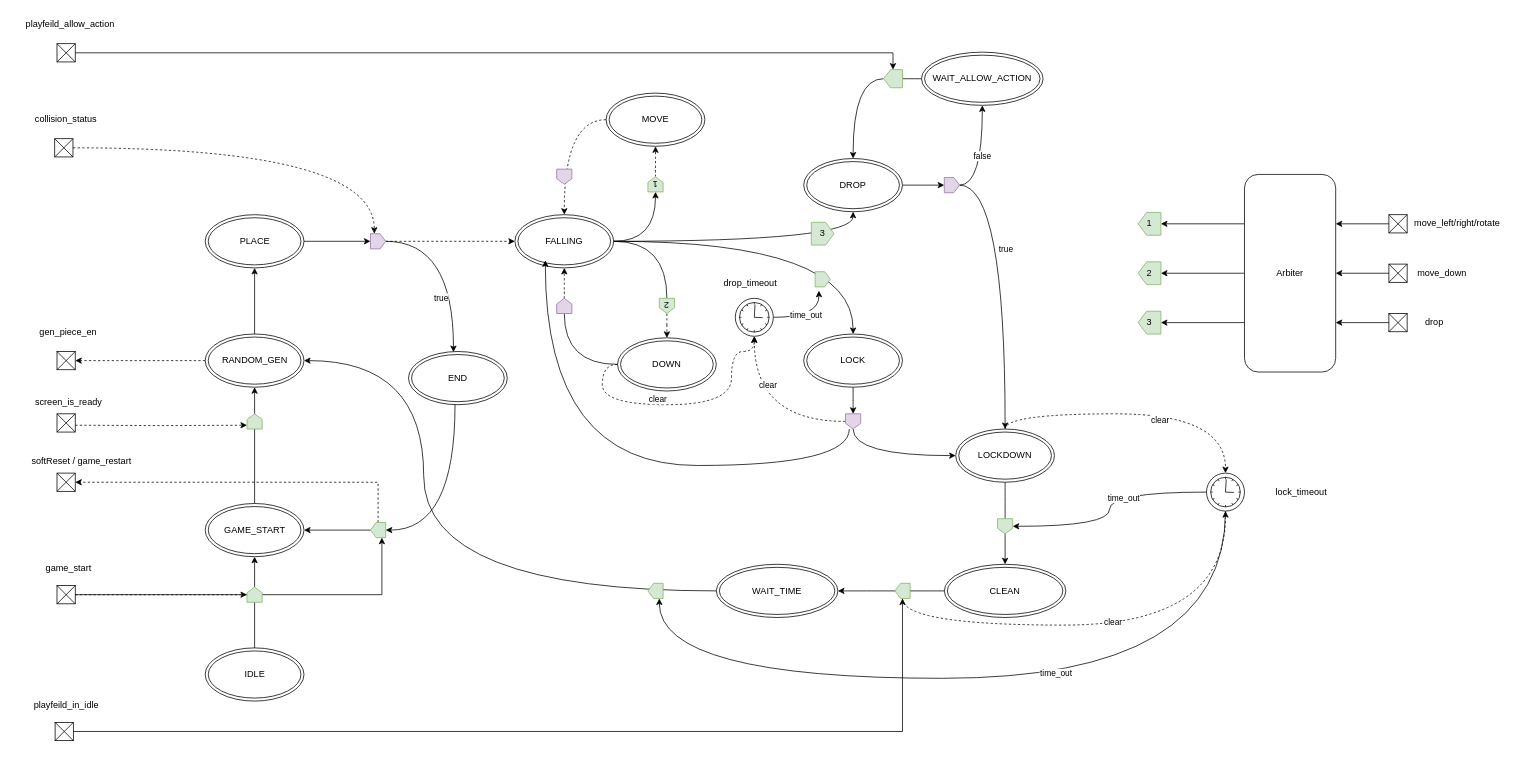
Before: design/IPS/controller/doc/architecture.drawio in merlionfire/SpinalTetris, a draw.io diagram. Source tidied: cells renumbered, new cells numbered last; positions are measured from the earlier drawing's top-left corner, leaving out a move shared by most shapes. Both pictures are drawn from the tidied source at 76%, with x=0, y=0 at pixel (13, 13).
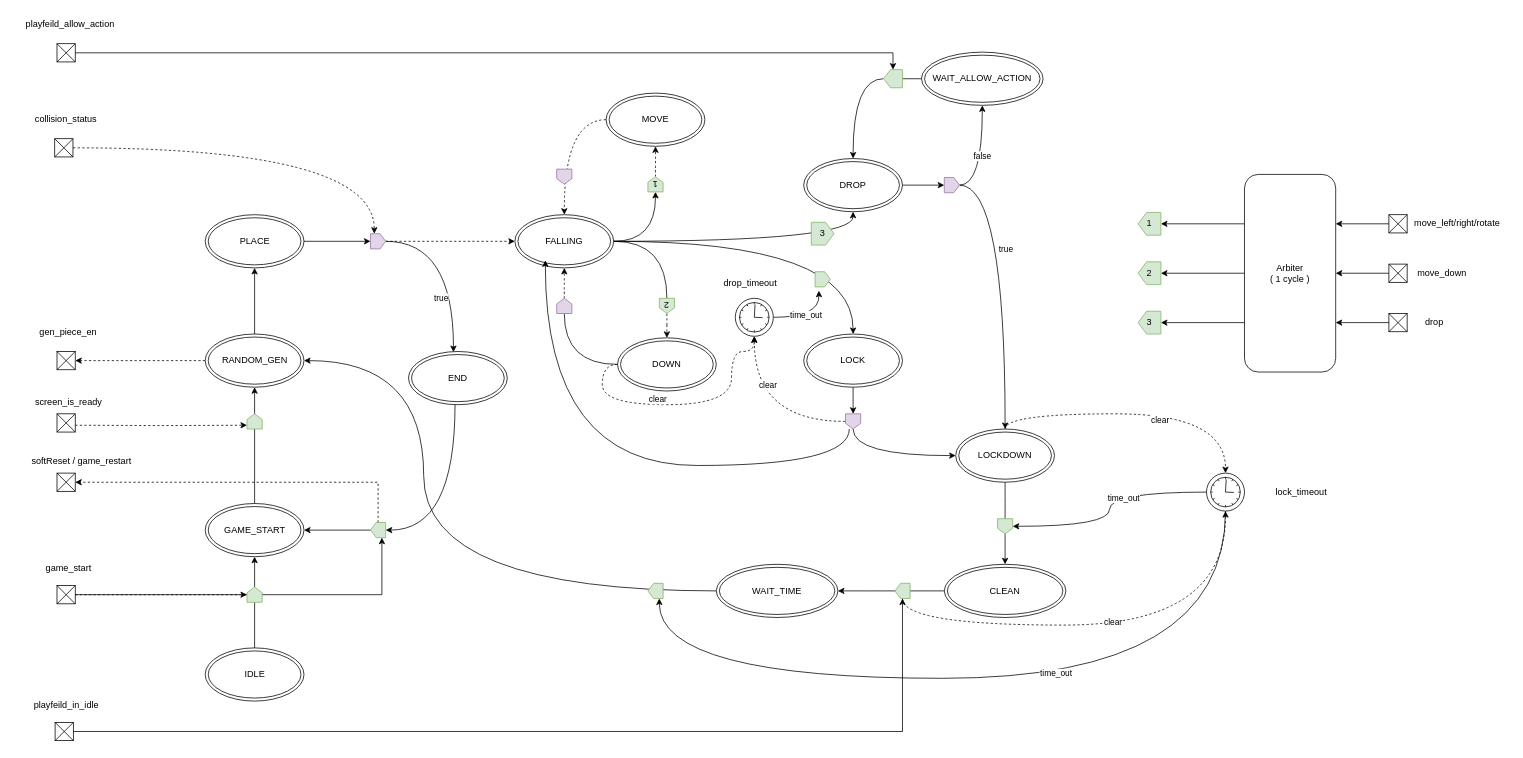
The same diagram, later.

The edit, as a diff of the source:
```diff
@@
-    <mxCell id="65" value="Arbiter" style="rounded=1;whiteSpace=wrap;html=1;" parent="1" vertex="1">
+    <mxCell id="65" value="Arbiter&lt;br&gt;( 1 cycle )" style="rounded=1;whiteSpace=wrap;html=1;" parent="1" vertex="1">
       <mxGeometry x="1620" y="212" width="120" height="260" as="geometry" />
     </mxCell>
```
